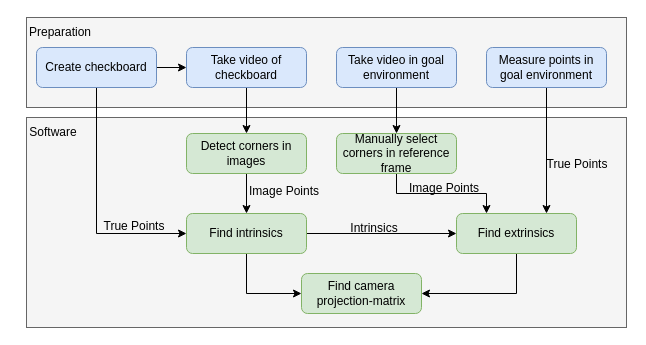
Above: documentation/calibration_procedure.drawio in Simenpf/iacv_project_boccia (draw.io), before the change. Source tidied: cells renumbered, new cells numbered last; positions are measured from the earlier drawing's top-left corner, leaving out a move shared by most shapes. Both pictures are drawn from the tidied source at 100%, with x=0, y=0 at pixel (17, 17).
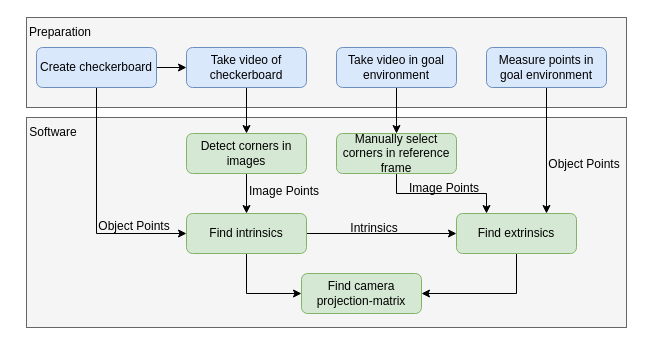
The same diagram, later.

Change to the diagram source:
```diff
@@
-    <mxCell id="5" value="Take video of checkboard" style="rounded=1;whiteSpace=wrap;html=1;fontSize=12;glass=0;strokeWidth=1;shadow=0;fillColor=#dae8fc;strokeColor=#6c8ebf;" parent="1" vertex="1">
+    <mxCell id="5" value="Take video of checkerboard" style="rounded=1;whiteSpace=wrap;html=1;fontSize=12;glass=0;strokeWidth=1;shadow=0;fillColor=#dae8fc;strokeColor=#6c8ebf;" parent="1" vertex="1">
       <mxGeometry x="169" y="30" width="120" height="40" as="geometry" />
     </mxCell>
@@
-    <mxCell id="13" value="Create checkboard" style="rounded=1;whiteSpace=wrap;html=1;fontSize=12;glass=0;strokeWidth=1;shadow=0;fillColor=#dae8fc;strokeColor=#6c8ebf;" parent="1" vertex="1">
+    <mxCell id="13" value="Create checkerboard" style="rounded=1;whiteSpace=wrap;html=1;fontSize=12;glass=0;strokeWidth=1;shadow=0;fillColor=#dae8fc;strokeColor=#6c8ebf;" parent="1" vertex="1">
       <mxGeometry x="19" y="30" width="120" height="40" as="geometry" />
     </mxCell>
@@
-    <mxCell id="15" value="True Points" style="text;html=1;strokeColor=none;fillColor=none;align=center;verticalAlign=middle;whiteSpace=wrap;rounded=0;" parent="1" vertex="1">
+    <mxCell id="15" value="Object Points" style="text;html=1;strokeColor=none;fillColor=none;align=center;verticalAlign=middle;whiteSpace=wrap;rounded=0;" parent="1" vertex="1">
       <mxGeometry x="72" y="194" width="90" height="30" as="geometry" />
     </mxCell>
@@
-    <mxCell id="28" value="True Points" style="text;html=1;strokeColor=none;fillColor=none;align=center;verticalAlign=middle;whiteSpace=wrap;rounded=0;" parent="1" vertex="1">
-      <mxGeometry x="515" y="132" width="90" height="30" as="geometry" />
+    <mxCell id="28" value="Object Points" style="text;html=1;strokeColor=none;fillColor=none;align=center;verticalAlign=middle;whiteSpace=wrap;rounded=0;" parent="1" vertex="1">
+      <mxGeometry x="522" y="132" width="90" height="30" as="geometry" />
     </mxCell>
```
